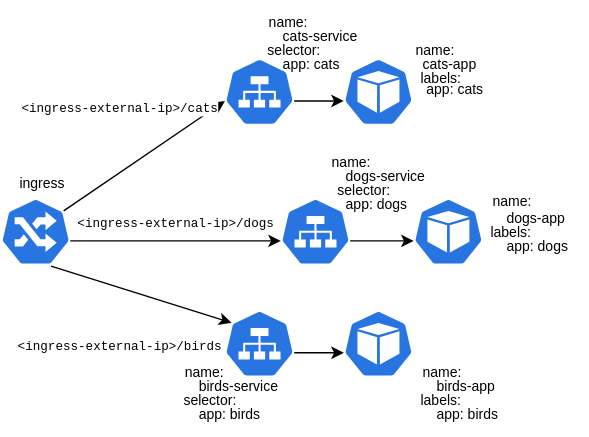
Before: kubernetes/Lab-1/diagram.drawio.svg, a diagram exported from draw.io (Joska99/joska). Source tidied: cells renumbered, new cells last; positions are measured from the earlier drawing's top-left corner, leaving out a move shared by most shapes.
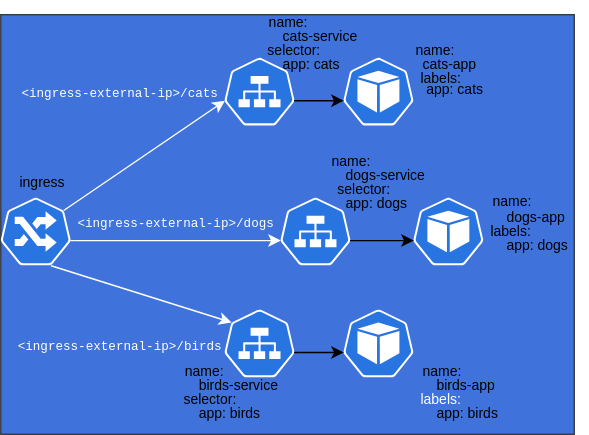
After the change.

The edit, as a diff of the source:
```diff
@@ -2,6 +2,9 @@
   <root>
     <mxCell id="0" />
     <mxCell id="1" parent="0" />
+    <mxCell id="43" style="rounded=0;whiteSpace=wrap;html=1;fillColor=#3f73db;strokeColor=#36393d;" parent="1" vertex="1">
+      <mxGeometry y="10" width="410" height="300" as="geometry" />
+    </mxCell>
     <mxCell id="2" style="sketch=0;html=1;dashed=0;whitespace=wrap;fillColor=#2875E2;strokeColor=#ffffff;points=[[0.005,0.63,0],[0.1,0.2,0],[0.9,0.2,0],[0.5,0,0],[0.995,0.63,0],[0.72,0.99,0],[0.5,1,0],[0.28,0.99,0]];verticalLabelPosition=bottom;align=center;verticalAlign=top;shape=mxgraph.kubernetes.icon;prIcon=ing;" parent="1" vertex="1">
       <mxGeometry y="140" width="50" height="50" as="geometry" />
     </mxCell>
@@ -23,26 +26,26 @@
     <mxCell id="8" style="sketch=0;html=1;dashed=0;whitespace=wrap;fillColor=#2875E2;strokeColor=#ffffff;points=[[0.005,0.63,0],[0.1,0.2,0],[0.9,0.2,0],[0.5,0,0],[0.995,0.63,0],[0.72,0.99,0],[0.5,1,0],[0.28,0.99,0]];verticalLabelPosition=bottom;align=center;verticalAlign=top;shape=mxgraph.kubernetes.icon;prIcon=pod;" parent="1" vertex="1">
       <mxGeometry x="245" y="220" width="50" height="50" as="geometry" />
     </mxCell>
-    <mxCell id="9" style="endArrow=classic;html=1;rounded=0;exitX=0.995;exitY=0.63;exitDx=0;exitDy=0;exitPerimeter=0;entryX=0.005;entryY=0.63;entryDx=0;entryDy=0;entryPerimeter=0;fillColor=#f5f5f5;strokeColor=#000000;fontSize=12;verticalAlign=middle;labelPosition=right;verticalLabelPosition=middle;align=left;gradientColor=#b3b3b3;" parent="1" edge="1" source="2" target="4">
+    <mxCell id="9" style="endArrow=classic;html=1;rounded=0;exitX=0.995;exitY=0.63;exitDx=0;exitDy=0;exitPerimeter=0;entryX=0.005;entryY=0.63;entryDx=0;entryDy=0;entryPerimeter=0;fillColor=#eeeeee;strokeColor=#FFFFFF;fontSize=12;verticalAlign=middle;labelPosition=right;verticalLabelPosition=middle;align=left;" parent="1" edge="1" source="2" target="4">
       <mxGeometry relative="1" as="geometry" />
     </mxCell>
-    <mxCell id="10" value="&lt;code style=&quot;font-size: 9px;&quot;&gt;&amp;lt;ingress-external-ip&amp;gt;/dogs&lt;/code&gt;" style="edgeLabel;html=1;align=center;verticalAlign=middle;" parent="9" vertex="1">
+    <mxCell id="10" value="&lt;code style=&quot;font-size: 9px;&quot;&gt;&lt;font color=&quot;#ffffff&quot;&gt;&amp;lt;ingress-external-ip&amp;gt;/dogs&lt;/font&gt;&lt;/code&gt;" style="edgeLabel;html=1;align=center;verticalAlign=middle;labelBackgroundColor=none;fontColor=#FFFFFF;" parent="9" vertex="1">
       <mxGeometry relative="1" as="geometry">
         <mxPoint y="-14" as="offset" />
       </mxGeometry>
     </mxCell>
-    <mxCell id="11" style="endArrow=classic;html=1;rounded=0;entryX=0.005;entryY=0.63;entryDx=0;entryDy=0;entryPerimeter=0;fillColor=#f5f5f5;strokeColor=#000000;fontSize=12;verticalAlign=middle;labelPosition=right;verticalLabelPosition=middle;align=left;gradientColor=#b3b3b3;exitX=0.9;exitY=0.2;exitDx=0;exitDy=0;exitPerimeter=0;" parent="1" edge="1" source="2" target="3">
+    <mxCell id="11" style="endArrow=classic;html=1;rounded=0;entryX=0.005;entryY=0.63;entryDx=0;entryDy=0;entryPerimeter=0;fillColor=#f5f5f5;strokeColor=#FFFFFF;fontSize=12;verticalAlign=middle;labelPosition=right;verticalLabelPosition=middle;align=left;gradientColor=#b3b3b3;exitX=0.9;exitY=0.2;exitDx=0;exitDy=0;exitPerimeter=0;" parent="1" edge="1" source="2" target="3">
       <mxGeometry relative="1" as="geometry" />
     </mxCell>
-    <mxCell id="12" value="&lt;code style=&quot;font-size: 9px;&quot;&gt;&amp;lt;ingress-external-ip&amp;gt;/cats&lt;/code&gt;" style="edgeLabel;html=1;align=center;verticalAlign=middle;" parent="11" vertex="1">
+    <mxCell id="12" value="&lt;code style=&quot;font-size: 9px;&quot;&gt;&lt;font color=&quot;#ffffff&quot;&gt;&amp;lt;ingress-external-ip&amp;gt;/cats&lt;/font&gt;&lt;/code&gt;" style="edgeLabel;html=1;align=center;verticalAlign=middle;labelBackgroundColor=none;" parent="11" vertex="1">
       <mxGeometry relative="1" as="geometry">
-        <mxPoint x="-18" y="-35" as="offset" />
+        <mxPoint x="-18" y="-46" as="offset" />
       </mxGeometry>
     </mxCell>
-    <mxCell id="13" style="endArrow=classic;html=1;rounded=0;fillColor=#f5f5f5;strokeColor=#000000;fontSize=12;verticalAlign=middle;labelPosition=right;verticalLabelPosition=middle;align=left;gradientColor=#b3b3b3;entryX=0.1;entryY=0.2;entryDx=0;entryDy=0;entryPerimeter=0;exitX=0.72;exitY=0.99;exitDx=0;exitDy=0;exitPerimeter=0;" parent="1" edge="1" source="2" target="5">
+    <mxCell id="13" style="endArrow=classic;html=1;rounded=0;fillColor=#f5f5f5;strokeColor=#FFFFFF;fontSize=12;verticalAlign=middle;labelPosition=right;verticalLabelPosition=middle;align=left;gradientColor=#b3b3b3;entryX=0.1;entryY=0.2;entryDx=0;entryDy=0;entryPerimeter=0;exitX=0.72;exitY=0.99;exitDx=0;exitDy=0;exitPerimeter=0;" parent="1" edge="1" source="2" target="5">
       <mxGeometry relative="1" as="geometry" />
     </mxCell>
-    <mxCell id="14" value="&lt;code style=&quot;font-size: 9px;&quot;&gt;&amp;lt;ingress-external-ip&amp;gt;/birds&lt;/code&gt;" style="edgeLabel;html=1;align=center;verticalAlign=middle;" parent="13" vertex="1">
+    <mxCell id="14" value="&lt;code style=&quot;font-size: 9px;&quot;&gt;&lt;font color=&quot;#ffffff&quot;&gt;&amp;lt;ingress-external-ip&amp;gt;/birds&lt;/font&gt;&lt;/code&gt;" style="edgeLabel;html=1;align=center;verticalAlign=middle;labelBackgroundColor=none;" parent="13" vertex="1">
       <mxGeometry relative="1" as="geometry">
         <mxPoint x="-16" y="36" as="offset" />
       </mxGeometry>
@@ -110,7 +113,7 @@
     <mxCell id="35" value="&lt;font style=&quot;font-size: 10px;&quot;&gt;name:&lt;/font&gt;" style="text;html=1;strokeColor=none;fillColor=none;align=left;verticalAlign=middle;whiteSpace=wrap;rounded=0;" parent="1" vertex="1">
       <mxGeometry x="300" y="250" width="60" height="30" as="geometry" />
     </mxCell>
-    <mxCell id="36" value="&lt;font style=&quot;font-size: 10px;&quot;&gt;labels:&lt;/font&gt;" style="text;html=1;strokeColor=none;fillColor=none;align=center;verticalAlign=middle;whiteSpace=wrap;rounded=0;" parent="1" vertex="1">
+    <mxCell id="36" value="&lt;font style=&quot;font-size: 10px;&quot;&gt;labels:&lt;/font&gt;" style="text;html=1;align=center;verticalAlign=middle;whiteSpace=wrap;rounded=0;fontColor=#FFFFFF;" parent="1" vertex="1">
       <mxGeometry x="285" y="270" width="60" height="30" as="geometry" />
     </mxCell>
     <mxCell id="37" value="&lt;font style=&quot;font-size: 10px;&quot;&gt;selector:&lt;/font&gt;" style="text;html=1;strokeColor=none;fillColor=none;align=center;verticalAlign=middle;whiteSpace=wrap;rounded=0;" parent="1" vertex="1">
```
